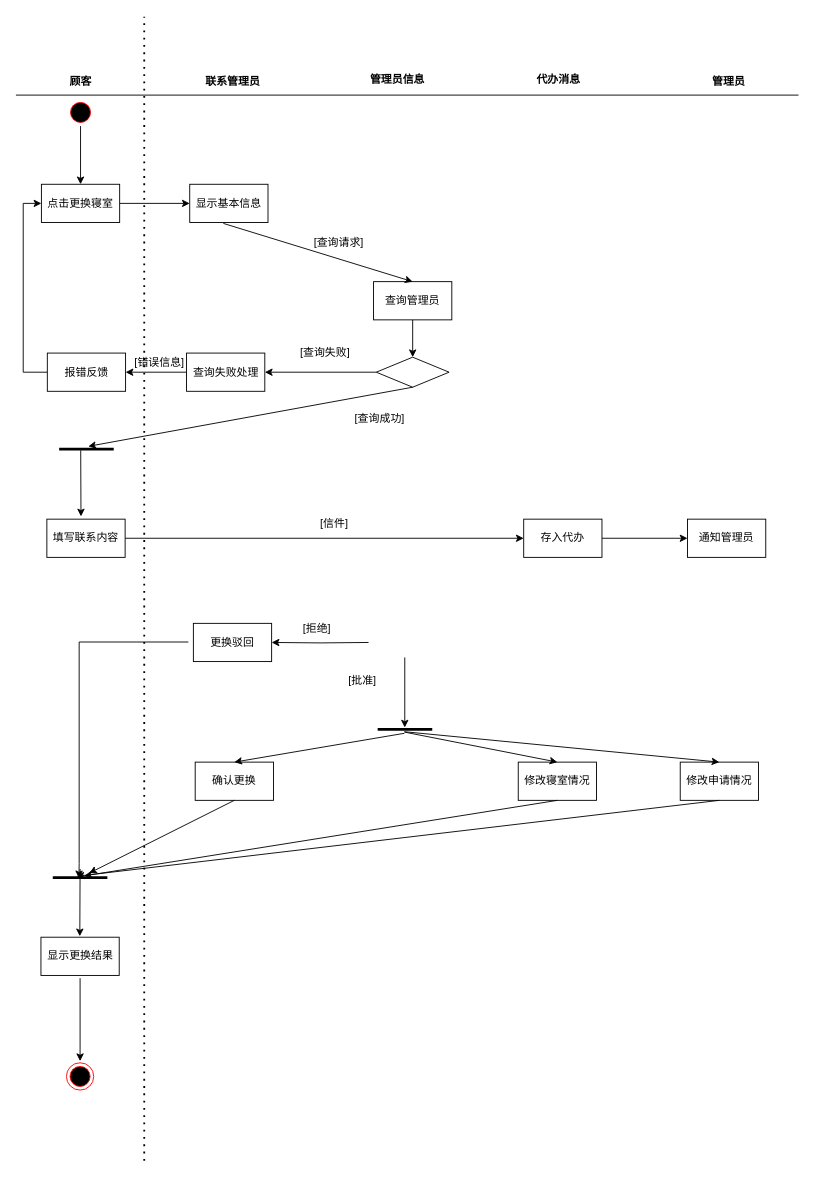
Above: 软件工程联系管理员.drawio in ZYNsama666/BackUp (draw.io), before the change. Source tidied: cells renumbered, new cells numbered last; positions are measured from the earlier drawing's top-left corner, leaving out a move shared by most shapes. Both pictures are drawn from the tidied source at 91%, with x=0, y=0 at pixel (15, 16).
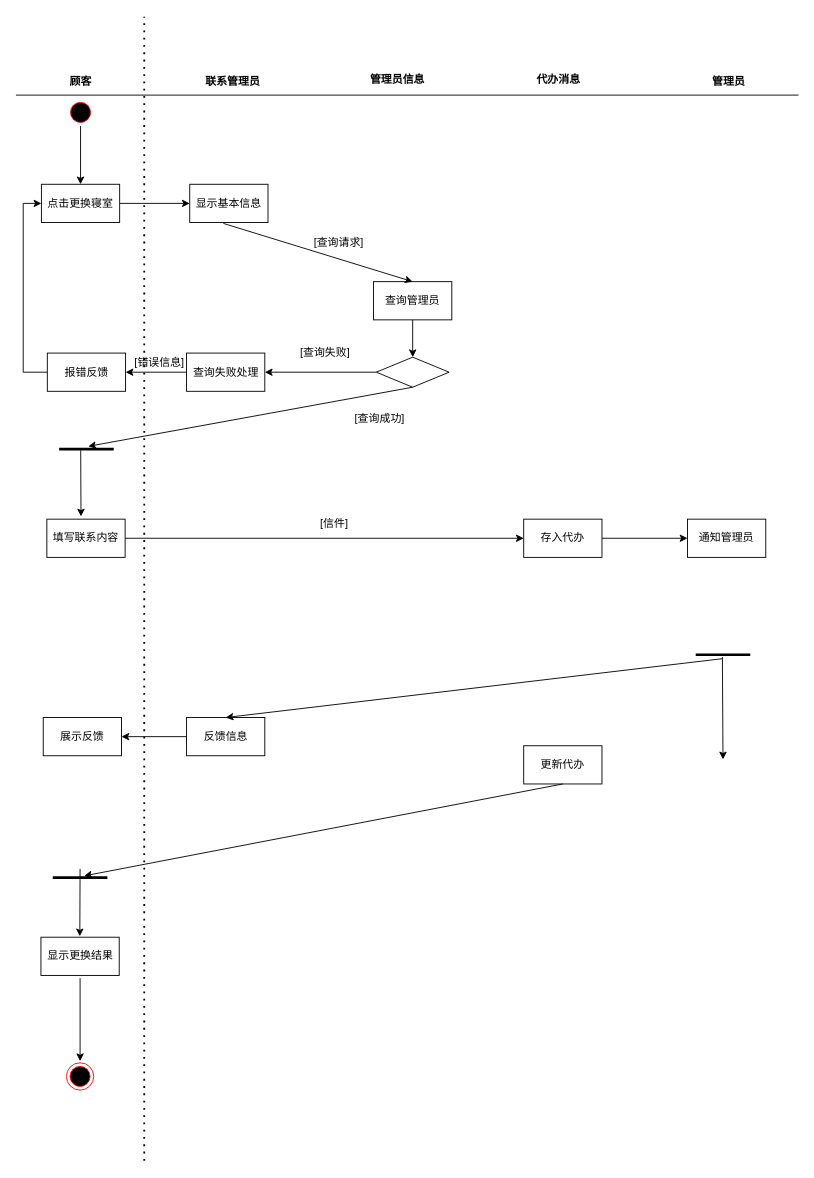
The same page after the edit.

Commit message (it also covers changes not shown here):
更新软件工程联系管理员.drawio

Unchanged cells that the change refers to:
```xml
<mxCell id="42" style="line;strokeWidth=3;dashed=0;labelPosition=right;align=left;verticalAlign=middle;spacingTop=0;spacingLeft=6;points=[];portConstraint=eastwest;fontSize=13;" parent="1" vertex="1">
  <mxGeometry x="40.5" y="941" width="60" height="10" as="geometry" />
</mxCell>
```

Change to the diagram source:
```diff
@@
+    <mxCell id="57" style="edgeStyle=orthogonalEdgeStyle;rounded=0;jettySize=auto;html=1;" parent="1" edge="1" source="23" target="58">
+      <mxGeometry relative="1" as="geometry" />
+    </mxCell>
-    <mxCell id="23" value="确认更换" style="html=1;whiteSpace=wrap;" parent="1" vertex="1">
-      <mxGeometry x="197" y="819" width="86" height="42" as="geometry" />
+    <mxCell id="23" value="反馈信息" style="html=1;whiteSpace=wrap;" parent="1" vertex="1">
+      <mxGeometry x="187.5" y="770" width="86" height="42" as="geometry" />
     </mxCell>
@@
-    <mxCell id="37" style="edgeStyle=orthogonalEdgeStyle;rounded=0;jettySize=auto;html=1;entryX=1;entryY=0.5;entryDx=0;entryDy=0;" parent="1" edge="1" target="46">
-      <mxGeometry relative="1" as="geometry">
-        <mxPoint x="387.5" y="687.5" as="sourcePoint" />
-      </mxGeometry>
-    </mxCell>
     <mxCell id="38" style="line;strokeWidth=3;dashed=0;labelPosition=right;align=left;verticalAlign=middle;spacingTop=0;spacingLeft=6;points=[];portConstraint=eastwest;fontSize=13;" parent="1" vertex="1">
-      <mxGeometry x="397.5" y="778" width="60" height="10" as="geometry" />
+      <mxGeometry x="747" y="696" width="60" height="10" as="geometry" />
     </mxCell>
@@
-    <mxCell id="40" value="[批准]" style="text;html=1;strokeColor=none;fillColor=none;align=center;verticalAlign=middle;whiteSpace=wrap;rounded=0;" parent="1" vertex="1">
-      <mxGeometry x="351" y="715" width="60" height="30" as="geometry" />
-    </mxCell>
-    <mxCell id="41" value="[拒绝]" style="text;html=1;strokeColor=none;fillColor=none;align=center;verticalAlign=middle;whiteSpace=wrap;rounded=0;" parent="1" vertex="1">
-      <mxGeometry x="301" y="657" width="60" height="30" as="geometry" />
-    </mxCell>
@@
-    <mxCell id="44" style="endArrow=classic;html=1;rounded=0;exitX=0.5;exitY=1;exitDx=0;exitDy=0;" parent="1" edge="1" source="23" target="42">
-      <mxGeometry relative="1" as="geometry" />
-    </mxCell>
-    <mxCell id="45" style="edgeStyle=orthogonalEdgeStyle;rounded=0;jettySize=auto;html=1;entryX=0.479;entryY=0.564;entryDx=0;entryDy=0;entryPerimeter=0;" parent="1" edge="1" target="42">
-      <mxGeometry relative="1" as="geometry">
-        <mxPoint x="189.5" y="687" as="sourcePoint" />
-        <Array as="points">
-          <mxPoint x="69.5" y="687.4" />
-          <mxPoint x="69.5" y="930.4" />
-        </Array>
-      </mxGeometry>
-    </mxCell>
-    <mxCell id="46" value="更换驳回" style="html=1;whiteSpace=wrap;" parent="1" vertex="1">
-      <mxGeometry x="195" y="666.5" width="86" height="42" as="geometry" />
-    </mxCell>
-    <mxCell id="47" value="修改申请情况" style="html=1;whiteSpace=wrap;" parent="1" vertex="1">
-      <mxGeometry x="730" y="819" width="86" height="42" as="geometry" />
-    </mxCell>
-    <mxCell id="48" style="endArrow=classic;html=1;rounded=0;exitX=0.489;exitY=0.76;exitDx=0;exitDy=0;exitPerimeter=0;entryX=0.5;entryY=0;entryDx=0;entryDy=0;" parent="1" edge="1" source="38" target="47">
-      <mxGeometry relative="1" as="geometry" />
+    <mxCell id="48" style="endArrow=classic;html=1;rounded=0;exitX=0.489;exitY=0.76;exitDx=0;exitDy=0;exitPerimeter=0;entryX=0.5;entryY=0;entryDx=0;entryDy=0;" parent="1" edge="1" source="38">
+      <mxGeometry relative="1" as="geometry">
+        <mxPoint x="777" y="816" as="targetPoint" />
+      </mxGeometry>
     </mxCell>
-    <mxCell id="49" style="endArrow=classic;html=1;rounded=0;exitX=0.5;exitY=1;exitDx=0;exitDy=0;entryX=0.438;entryY=0.347;entryDx=0;entryDy=0;entryPerimeter=0;" parent="1" edge="1" source="47" target="42">
-      <mxGeometry relative="1" as="geometry" />
-    </mxCell>
-    <mxCell id="50" style="edgeStyle=orthogonalEdgeStyle;rounded=0;orthogonalLoop=1;jettySize=auto;html=1;entryX=0.5;entryY=0;entryDx=0;entryDy=0;" parent="1" edge="1">
-      <mxGeometry relative="1" as="geometry">
-        <mxPoint x="427.3" y="704" as="sourcePoint" />
-        <mxPoint x="427.3" y="781" as="targetPoint" />
-      </mxGeometry>
-    </mxCell>
-    <mxCell id="51" value="修改寝室情况" style="html=1;whiteSpace=wrap;" parent="1" vertex="1">
-      <mxGeometry x="552" y="819" width="86" height="42" as="geometry" />
+    <mxCell id="51" value="更新代办" style="html=1;whiteSpace=wrap;" parent="1" vertex="1">
+      <mxGeometry x="558" y="801" width="86" height="42" as="geometry" />
     </mxCell>
-    <mxCell id="52" style="endArrow=classic;html=1;rounded=0;entryX=0.5;entryY=0;entryDx=0;entryDy=0;" parent="1" edge="1" target="51">
-      <mxGeometry relative="1" as="geometry">
-        <mxPoint x="427" y="786" as="sourcePoint" />
-      </mxGeometry>
-    </mxCell>
@@
+    <mxCell id="58" value="展示反馈" style="html=1;whiteSpace=wrap;" parent="1" vertex="1">
+      <mxGeometry x="30" y="770" width="86" height="42" as="geometry" />
+    </mxCell>
```
